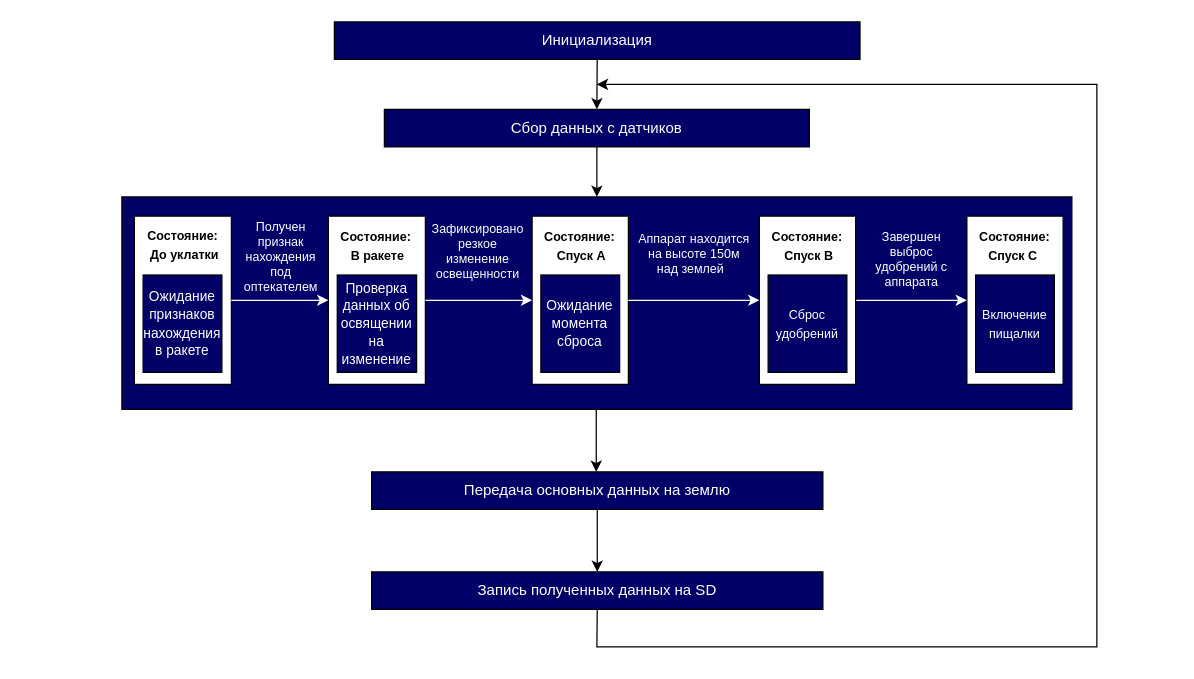
Before: schematics/Алгоритм полета.drawio in cansat-tsniimash/cansat-UKLON-M-2023-2024, a draw.io diagram. Source tidied: cells renumbered, new cells numbered last; positions are measured from the earlier drawing's top-left corner, leaving out a move shared by most shapes. Both pictures are drawn from the tidied source at 125%, with x=0, y=0 at pixel (121, 21).
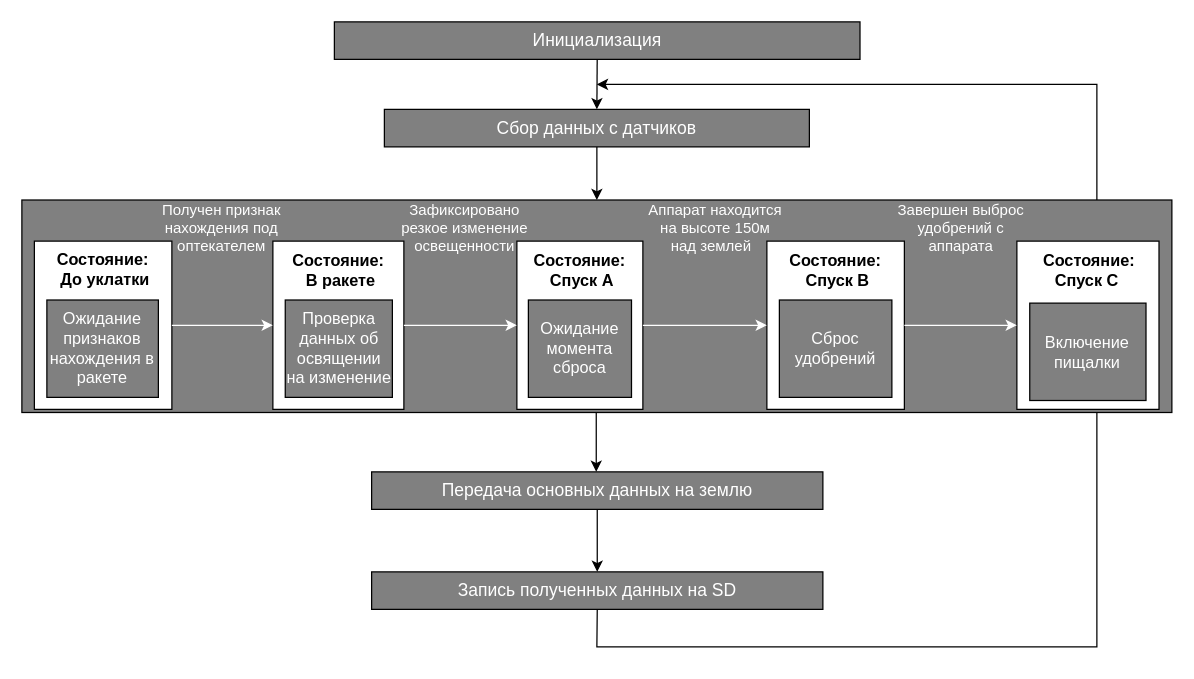
The same diagram, later.

Commit message:
Алгоритм под презу

What changed in the source:
```diff
@@
-    <mxCell id="2" value="&lt;font color=&quot;#ffffff&quot;&gt;Инициализация&lt;/font&gt;" style="rounded=0;whiteSpace=wrap;html=1;fillColor=#000066;" parent="1" vertex="1">
+    <mxCell id="2" value="&lt;font style=&quot;font-size: 14px;&quot; color=&quot;#ffffff&quot;&gt;Инициализация&lt;/font&gt;" style="rounded=0;whiteSpace=wrap;html=1;fillColor=#808080;" parent="1" vertex="1">
       <mxGeometry x="170" width="420.5" height="30" as="geometry" />
     </mxCell>
-    <mxCell id="3" value="&lt;font color=&quot;#ffffff&quot;&gt;Передача основных данных на землю&lt;/font&gt;" style="rounded=0;whiteSpace=wrap;html=1;fillColor=#000066;" parent="1" vertex="1">
+    <mxCell id="3" value="&lt;font style=&quot;font-size: 14px;&quot; color=&quot;#ffffff&quot;&gt;Передача основных данных на землю&lt;/font&gt;" style="rounded=0;whiteSpace=wrap;html=1;fillColor=#808080;" parent="1" vertex="1">
       <mxGeometry x="199.8" y="360" width="361" height="30" as="geometry" />
     </mxCell>
-    <mxCell id="4" value="&lt;font color=&quot;#ffffff&quot;&gt;Запись полученных данных на SD&lt;/font&gt;" style="rounded=0;whiteSpace=wrap;html=1;fillColor=#000066;" parent="1" vertex="1">
+    <mxCell id="4" value="&lt;font style=&quot;font-size: 14px;&quot; color=&quot;#ffffff&quot;&gt;Запись полученных данных на SD&lt;/font&gt;" style="rounded=0;whiteSpace=wrap;html=1;fillColor=#808080;" parent="1" vertex="1">
       <mxGeometry x="199.8" y="440" width="361" height="30" as="geometry" />
     </mxCell>
-    <mxCell id="5" value="&lt;font color=&quot;#ffffff&quot;&gt;Сбор данных с датчиков&lt;/font&gt;" style="rounded=0;whiteSpace=wrap;html=1;fillColor=#000066;" parent="1" vertex="1">
+    <mxCell id="5" value="&lt;font style=&quot;font-size: 14px;&quot; color=&quot;#ffffff&quot;&gt;Сбор данных с датчиков&lt;/font&gt;" style="rounded=0;whiteSpace=wrap;html=1;fillColor=#808080;" parent="1" vertex="1">
       <mxGeometry x="210" y="70" width="340" height="30" as="geometry" />
     </mxCell>
@@
-    <mxCell id="11" style="rounded=0;whiteSpace=wrap;html=1;fillColor=#000066;" parent="1" vertex="1">
-      <mxGeometry y="140" width="760" height="170" as="geometry" />
+    <mxCell id="11" style="rounded=0;whiteSpace=wrap;html=1;fillColor=#808080;" parent="1" vertex="1">
+      <mxGeometry x="-80" y="142.5" width="920" height="170" as="geometry" />
     </mxCell>
+    <mxCell id="41" style="group;" parent="1" vertex="1">
+      <mxGeometry x="19" y="140" width="804.7" height="170" as="geometry" />
+    </mxCell>
-    <mxCell id="12" style="group;" parent="1" vertex="1">
-      <mxGeometry x="10" y="140" width="750" height="150" as="geometry" />
+    <mxCell id="12" style="group;" parent="41" vertex="1">
+      <mxGeometry x="-63" y="20" width="874.7" height="150" as="geometry" />
     </mxCell>
-    <mxCell id="13" style="group;" parent="12" vertex="1">
-      <mxGeometry x="666" y="25" width="84" height="125" as="geometry" />
-    </mxCell>
-    <mxCell id="14" style="rounded=0;whiteSpace=wrap;html=1;" parent="13" vertex="1">
-      <mxGeometry y="-9.6" width="77" height="134.6" as="geometry" />
-    </mxCell>
-    <mxCell id="15" value="&lt;font style=&quot;font-size: 10px;&quot; color=&quot;#ffffff&quot;&gt;Включение пищалки&lt;br&gt;&lt;/font&gt;" style="rounded=0;whiteSpace=wrap;html=1;fillColor=#000066;" parent="13" vertex="1">
-      <mxGeometry x="7" y="37.5" width="63" height="77.9" as="geometry" />
-    </mxCell>
-    <mxCell id="16" value="&lt;b style=&quot;font-size: 10px;&quot;&gt;Состояние:&lt;br&gt;Спуск C&amp;nbsp;&lt;/b&gt;" style="text;html=1;strokeColor=none;fillColor=none;align=center;verticalAlign=middle;whiteSpace=wrap;rounded=0;" parent="13" vertex="1">
-      <mxGeometry width="77" height="28.8" as="geometry" />
-    </mxCell>
-    <mxCell id="17" style="endArrow=classic;html=1;rounded=0;exitX=1;exitY=0.5;exitDx=0;exitDy=0;strokeColor=#FFFFFF;entryX=0;entryY=0.5;entryDx=0;entryDy=0;" parent="12" edge="1" source="27" target="14">
-      <mxGeometry relative="1" as="geometry" />
-    </mxCell>
-    <mxCell id="18" style="group;" parent="12" vertex="1">
-      <mxGeometry y="25" width="77.6" height="125" as="geometry" />
-    </mxCell>
-    <mxCell id="19" style="rounded=0;whiteSpace=wrap;html=1;" parent="18" vertex="1">
-      <mxGeometry y="-9.6" width="77.6" height="134.6" as="geometry" />
-    </mxCell>
-    <mxCell id="20" value="&lt;font color=&quot;#ffffff&quot;&gt;&lt;font style=&quot;font-size: 11px;&quot;&gt;Ожидание признаков нахождения в ракете&lt;/font&gt;&lt;br&gt;&lt;/font&gt;" style="rounded=0;whiteSpace=wrap;html=1;fillColor=#000066;" parent="18" vertex="1">
-      <mxGeometry x="7" y="37.5" width="63" height="77.9" as="geometry" />
-    </mxCell>
-    <mxCell id="21" value="&lt;b style=&quot;font-size: 10px;&quot;&gt;Состояние:&lt;br&gt;&amp;nbsp;До уклатки&lt;/b&gt;" style="text;html=1;strokeColor=none;fillColor=none;align=center;verticalAlign=middle;whiteSpace=wrap;rounded=0;" parent="18" vertex="1">
-      <mxGeometry x="7.1" y="-1" width="63.5" height="28.8" as="geometry" />
-    </mxCell>
     <mxCell id="22" style="group;" parent="12" vertex="1">
-      <mxGeometry x="318.2" y="25" width="84" height="125" as="geometry" />
+      <mxGeometry x="360" y="25" width="110" height="125" as="geometry" />
     </mxCell>
     <mxCell id="23" style="rounded=0;whiteSpace=wrap;html=1;" parent="22" vertex="1">
-      <mxGeometry y="-9.6" width="77" height="134.6" as="geometry" />
+      <mxGeometry y="-9.6" width="100.8" height="134.6" as="geometry" />
     </mxCell>
-    <mxCell id="24" value="&lt;font style=&quot;font-size: 11px;&quot; color=&quot;#ffffff&quot;&gt;Ожидание&lt;br&gt;момента сброса&lt;br&gt;&lt;/font&gt;" style="rounded=0;whiteSpace=wrap;html=1;fillColor=#000066;" parent="22" vertex="1">
-      <mxGeometry x="7" y="37.5" width="63" height="77.9" as="geometry" />
+    <mxCell id="24" value="&lt;font style=&quot;font-size: 13px;&quot; color=&quot;#ffffff&quot;&gt;Ожидание&lt;br&gt;момента сброса&lt;br&gt;&lt;/font&gt;" style="rounded=0;whiteSpace=wrap;html=1;fillColor=#808080;" parent="22" vertex="1">
+      <mxGeometry x="9.2" y="37.5" width="82.5" height="77.9" as="geometry" />
     </mxCell>
-    <mxCell id="25" value="&lt;b style=&quot;font-size: 10px;&quot;&gt;Состояние:&lt;br&gt;&amp;nbsp;Спуск A&lt;/b&gt;" style="text;html=1;strokeColor=none;fillColor=none;align=center;verticalAlign=middle;whiteSpace=wrap;rounded=0;" parent="22" vertex="1">
-      <mxGeometry width="77" height="28.8" as="geometry" />
+    <mxCell id="25" value="&lt;b style=&quot;font-size: 13px;&quot;&gt;Состояние:&lt;br&gt;&amp;nbsp;Спуск A&lt;/b&gt;" style="text;html=1;strokeColor=none;fillColor=none;align=center;verticalAlign=middle;whiteSpace=wrap;rounded=0;" parent="22" vertex="1">
+      <mxGeometry width="100.8" height="28.8" as="geometry" />
     </mxCell>
     <mxCell id="26" style="group;" parent="12" vertex="1">
-      <mxGeometry x="500" y="25" width="84" height="125" as="geometry" />
+      <mxGeometry x="560" y="25" width="120" height="125" as="geometry" />
     </mxCell>
     <mxCell id="27" style="rounded=0;whiteSpace=wrap;html=1;" parent="26" vertex="1">
-      <mxGeometry y="-9.6" width="77" height="134.6" as="geometry" />
+      <mxGeometry y="-9.6" width="110" height="134.6" as="geometry" />
     </mxCell>
-    <mxCell id="28" value="&lt;font color=&quot;#ffffff&quot;&gt;&lt;font style=&quot;font-size: 10px;&quot;&gt;Сброс удобрений&lt;/font&gt;&lt;br&gt;&lt;/font&gt;" style="rounded=0;whiteSpace=wrap;html=1;fillColor=#000066;" parent="26" vertex="1">
-      <mxGeometry x="7" y="37.5" width="63" height="77.9" as="geometry" />
+    <mxCell id="28" value="&lt;font color=&quot;#ffffff&quot;&gt;&lt;font style=&quot;font-size: 13px;&quot;&gt;Сброс удобрений&lt;/font&gt;&lt;br&gt;&lt;/font&gt;" style="rounded=0;whiteSpace=wrap;html=1;fillColor=#808080;" parent="26" vertex="1">
+      <mxGeometry x="10" y="37.5" width="90" height="77.9" as="geometry" />
     </mxCell>
-    <mxCell id="29" value="&lt;b style=&quot;font-size: 10px;&quot;&gt;Состояние:&lt;br&gt;&amp;nbsp;Спуск B&lt;/b&gt;" style="text;html=1;strokeColor=none;fillColor=none;align=center;verticalAlign=middle;whiteSpace=wrap;rounded=0;" parent="26" vertex="1">
-      <mxGeometry width="77" height="28.8" as="geometry" />
+    <mxCell id="29" value="&lt;b style=&quot;font-size: 13px;&quot;&gt;Состояние:&lt;br&gt;&amp;nbsp;Спуск B&lt;/b&gt;" style="text;html=1;strokeColor=none;fillColor=none;align=center;verticalAlign=middle;whiteSpace=wrap;rounded=0;" parent="26" vertex="1">
+      <mxGeometry width="110" height="28.8" as="geometry" />
     </mxCell>
@@
-    <mxCell id="31" value="Аппарат находится на высоте 150м над землей  " style="text;strokeColor=none;fillColor=none;align=center;verticalAlign=middle;rounded=0;horizontal=1;whiteSpace=wrap;fontColor=#FFFFFF;labelBackgroundColor=none;fontSize=10;" parent="12" vertex="1">
-      <mxGeometry x="402.1" y="25" width="92.1" height="40" as="geometry" />
+    <mxCell id="31" value="Аппарат находится на высоте 150м над землей  " style="text;strokeColor=none;fillColor=none;align=center;verticalAlign=middle;rounded=0;horizontal=1;whiteSpace=wrap;fontColor=#FFFFFF;labelBackgroundColor=none;fontSize=12;" parent="12" vertex="1">
+      <mxGeometry x="464" y="-15" width="110" height="40" as="geometry" />
     </mxCell>
-    <mxCell id="32" style="group;" parent="1" vertex="1">
-      <mxGeometry x="165.2" y="165" width="77.6" height="125" as="geometry" />
-    </mxCell>
+    <mxCell id="42" style="group;" parent="12" vertex="1">
+      <mxGeometry x="165.2" y="15.4" width="104.8" height="134.6" as="geometry" />
+    </mxCell>
-    <mxCell id="33" style="rounded=0;whiteSpace=wrap;html=1;" parent="32" vertex="1">
-      <mxGeometry y="-9.6" width="77.6" height="134.6" as="geometry" />
+    <mxCell id="33" style="rounded=0;whiteSpace=wrap;html=1;" parent="42" vertex="1">
+      <mxGeometry x="-0.4" width="104.8" height="134.6" as="geometry" />
     </mxCell>
-    <mxCell id="34" value="&lt;font color=&quot;#ffffff&quot;&gt;&lt;font style=&quot;font-size: 11px;&quot;&gt;Проверка данных об освящении на изменение&lt;/font&gt;&lt;br&gt;&lt;/font&gt;" style="rounded=0;whiteSpace=wrap;html=1;fillColor=#000066;" parent="32" vertex="1">
-      <mxGeometry x="7.1" y="37.5" width="63.5" height="77.9" as="geometry" />
+    <mxCell id="34" value="&lt;font color=&quot;#ffffff&quot;&gt;&lt;font style=&quot;font-size: 13px;&quot;&gt;Проверка данных об освящении на изменение&lt;/font&gt;&lt;br&gt;&lt;/font&gt;" style="rounded=0;whiteSpace=wrap;html=1;fillColor=#808080;" parent="42" vertex="1">
+      <mxGeometry x="9.5" y="47.1" width="85.7" height="77.9" as="geometry" />
     </mxCell>
-    <mxCell id="35" value="&lt;b style=&quot;font-size: 10px;&quot;&gt;Состояние:&lt;br&gt;&amp;nbsp;В ракете&lt;/b&gt;" style="text;html=1;strokeColor=none;fillColor=none;align=center;verticalAlign=middle;whiteSpace=wrap;rounded=0;" parent="32" vertex="1">
-      <mxGeometry x="7" width="63" height="28.9" as="geometry" />
+    <mxCell id="35" value="&lt;b style=&quot;font-size: 13px;&quot;&gt;Состояние:&lt;br&gt;&amp;nbsp;В ракете&lt;/b&gt;" style="text;html=1;strokeColor=none;fillColor=none;align=center;verticalAlign=middle;whiteSpace=wrap;rounded=0;" parent="42" vertex="1">
+      <mxGeometry x="9.5" y="9.6" width="85" height="28.9" as="geometry" />
     </mxCell>
+    <mxCell id="37" style="endArrow=classic;html=1;rounded=0;exitX=1;exitY=0.5;exitDx=0;exitDy=0;strokeColor=#FFFFFF;entryX=0;entryY=0.5;entryDx=0;entryDy=0;" parent="12" edge="1" source="33" target="23">
+      <mxGeometry relative="1" as="geometry" />
+    </mxCell>
+    <mxCell id="40" value="Завершен выброс удобрений с аппарата" style="text;strokeColor=none;fillColor=none;align=center;verticalAlign=middle;rounded=0;horizontal=1;whiteSpace=wrap;fontColor=#FFFFFF;labelBackgroundColor=none;fontSize=12;" parent="12" vertex="1">
+      <mxGeometry x="661.3" y="-15" width="109" height="40" as="geometry" />
+    </mxCell>
+    <mxCell id="14" style="rounded=0;whiteSpace=wrap;html=1;" parent="12" vertex="1">
+      <mxGeometry x="760" y="15.4" width="113.7" height="134.6" as="geometry" />
+    </mxCell>
+    <mxCell id="17" style="endArrow=classic;html=1;rounded=0;strokeColor=#FFFFFF;entryX=0;entryY=0.5;entryDx=0;entryDy=0;exitX=1;exitY=0.5;exitDx=0;exitDy=0;" parent="12" edge="1" source="27" target="14">
+      <mxGeometry relative="1" as="geometry" />
+    </mxCell>
+    <mxCell id="15" value="&lt;font style=&quot;&quot; color=&quot;#ffffff&quot;&gt;&lt;font style=&quot;font-size: 13px;&quot;&gt;Включение пищалки&lt;/font&gt;&lt;br&gt;&lt;/font&gt;" style="rounded=0;whiteSpace=wrap;html=1;fillColor=#808080;" parent="12" vertex="1">
+      <mxGeometry x="770.3" y="65" width="93" height="77.9" as="geometry" />
+    </mxCell>
+    <mxCell id="16" value="&lt;b style=&quot;font-size: 13px;&quot;&gt;Состояние:&lt;br&gt;Спуск C&amp;nbsp;&lt;/b&gt;" style="text;html=1;strokeColor=none;fillColor=none;align=center;verticalAlign=middle;whiteSpace=wrap;rounded=0;" parent="12" vertex="1">
+      <mxGeometry x="761" y="25" width="113.7" height="28.8" as="geometry" />
+    </mxCell>
+    <mxCell id="39" value="Зафиксировано резкое изменение освещенности" style="text;strokeColor=none;fillColor=none;align=center;verticalAlign=middle;rounded=0;horizontal=1;whiteSpace=wrap;fontColor=#FFFFFF;labelBackgroundColor=none;fontSize=12;" parent="12" vertex="1">
+      <mxGeometry x="264" y="-17.5" width="109" height="45" as="geometry" />
+    </mxCell>
+    <mxCell id="18" style="group;" parent="1" vertex="1">
+      <mxGeometry x="-70" y="185" width="110" height="125" as="geometry" />
+    </mxCell>
+    <mxCell id="19" style="rounded=0;whiteSpace=wrap;html=1;" parent="18" vertex="1">
+      <mxGeometry y="-9.6" width="110" height="134.6" as="geometry" />
+    </mxCell>
+    <mxCell id="20" value="&lt;font color=&quot;#ffffff&quot;&gt;&lt;font style=&quot;font-size: 13px;&quot;&gt;Ожидание признаков нахождения в ракете&lt;/font&gt;&lt;br&gt;&lt;/font&gt;" style="rounded=0;whiteSpace=wrap;html=1;fillColor=#808080;" parent="18" vertex="1">
+      <mxGeometry x="10" y="37.5" width="89.2" height="77.9" as="geometry" />
+    </mxCell>
+    <mxCell id="21" value="&lt;b style=&quot;font-size: 13px;&quot;&gt;Состояние:&lt;br&gt;&amp;nbsp;До уклатки&lt;/b&gt;" style="text;html=1;strokeColor=none;fillColor=none;align=center;verticalAlign=middle;whiteSpace=wrap;rounded=0;" parent="18" vertex="1">
+      <mxGeometry x="10" y="-1" width="90" height="28.8" as="geometry" />
+    </mxCell>
@@
-    <mxCell id="37" style="endArrow=classic;html=1;rounded=0;exitX=1;exitY=0.5;exitDx=0;exitDy=0;strokeColor=#FFFFFF;entryX=0;entryY=0.5;entryDx=0;entryDy=0;" parent="1" edge="1" source="33" target="23">
-      <mxGeometry relative="1" as="geometry" />
-    </mxCell>
-    <mxCell id="38" value="Получен признак нахождения под оптекателем" style="text;strokeColor=none;fillColor=none;align=center;verticalAlign=middle;rounded=0;horizontal=1;whiteSpace=wrap;fontColor=#FFFFFF;labelBackgroundColor=none;fontSize=10;" parent="1" vertex="1">
-      <mxGeometry x="90" y="165" width="75.2" height="45" as="geometry" />
+    <mxCell id="38" value="Получен признак нахождения под оптекателем" style="text;strokeColor=none;fillColor=none;align=center;verticalAlign=middle;rounded=0;horizontal=1;whiteSpace=wrap;fontColor=#FFFFFF;labelBackgroundColor=none;fontSize=12;" parent="1" vertex="1">
+      <mxGeometry x="30" y="142.5" width="100" height="45" as="geometry" />
     </mxCell>
-    <mxCell id="39" value="Зафиксировано резкое изменение освещенности" style="text;strokeColor=none;fillColor=none;align=center;verticalAlign=middle;rounded=0;horizontal=1;whiteSpace=wrap;fontColor=#FFFFFF;labelBackgroundColor=none;fontSize=10;" parent="1" vertex="1">
-      <mxGeometry x="250" y="160" width="70" height="45" as="geometry" />
-    </mxCell>
-    <mxCell id="40" value="Завершен выброс удобрений с аппарата" style="text;strokeColor=none;fillColor=none;align=center;verticalAlign=middle;rounded=0;horizontal=1;whiteSpace=wrap;fontColor=#FFFFFF;labelBackgroundColor=none;fontSize=10;" parent="1" vertex="1">
-      <mxGeometry x="590.5" y="170" width="82.1" height="40" as="geometry" />
-    </mxCell>
```
